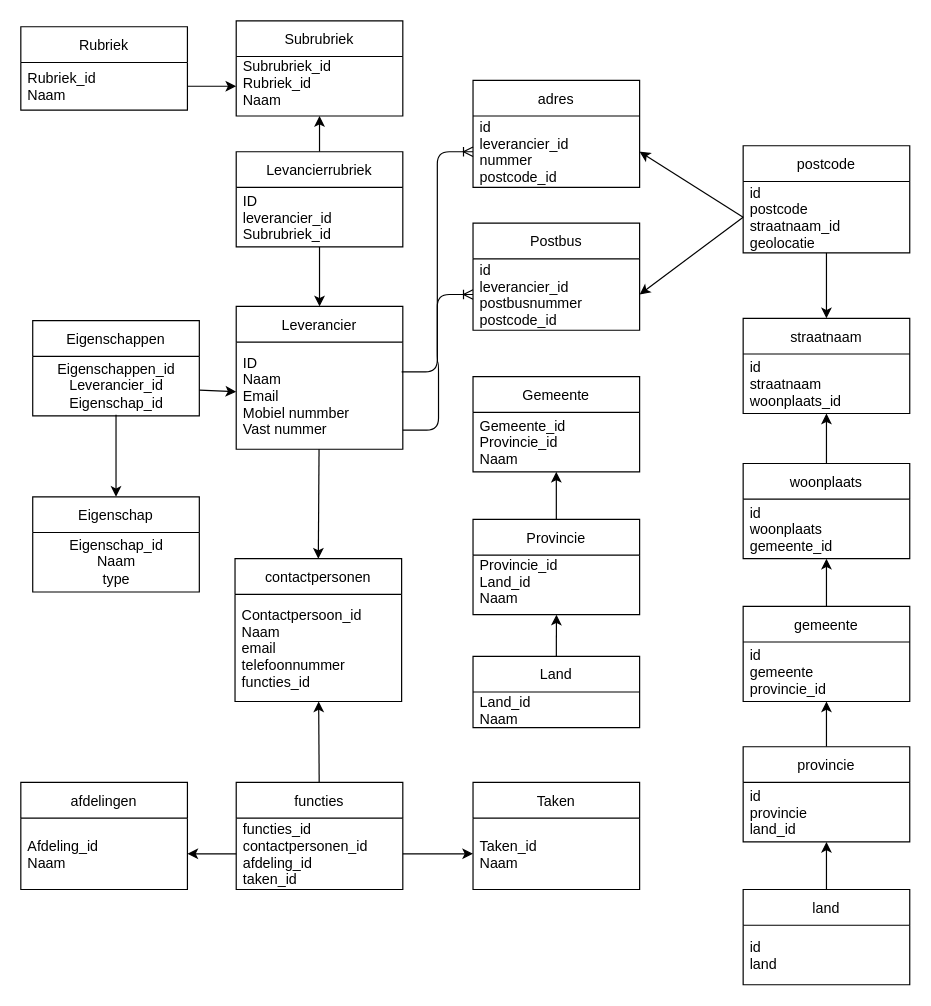
Earlier version of the draw.io diagram relational-data-storage/opdracht-1/Opdracht1.drawio (JelleKruijssen/educom-data-science-1664806245). Source tidied: cells renumbered, new cells numbered last; positions are measured from the earlier drawing's top-left corner, leaving out a move shared by most shapes. Both pictures are drawn from the tidied source at 119%, with x=0, y=0 at pixel (20, 20).
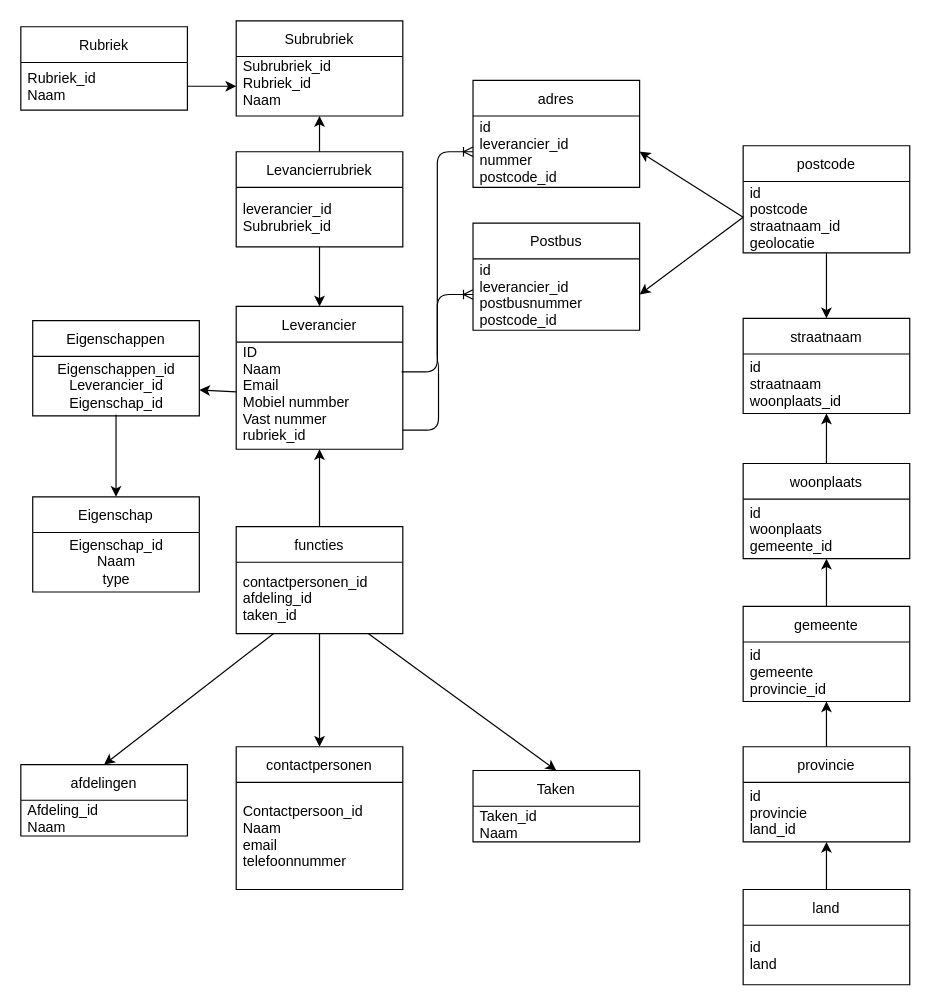
After the change.

The change refers to these unchanged cells:
```xml
<mxCell id="3" value="Leverancier" style="swimlane;fontStyle=0;horizontal=1;startSize=30;" parent="1" vertex="1">
  <mxGeometry x="181" y="240" width="140" height="120" as="geometry" />
</mxCell>
<mxCell id="31" value="Eigenschappen_id&lt;br&gt;Leverancier_id&lt;br&gt;Eigenschap_id" style="text;html=1;align=center;verticalAlign=middle;points=[];strokeColor=none;fillColor=none;" parent="30" vertex="1">
  <mxGeometry y="30" width="140" height="50" as="geometry" />
</mxCell>
<mxCell id="36" value="Levancierrubriek" style="swimlane;fontStyle=0;horizontal=1;startSize=30;" parent="1" vertex="1">
  <mxGeometry x="181" y="110" width="140" height="80" as="geometry" />
</mxCell>
```

Change to the diagram source:
```diff
@@
-    <mxCell id="2" style="edgeStyle=none;html=1;entryX=0.5;entryY=0;entryDx=0;entryDy=0;" parent="1" edge="1" source="3" target="14">
-      <mxGeometry relative="1" as="geometry" />
-    </mxCell>
@@
-    <mxCell id="4" value="ID&#10;Naam&#10;Email&#10;Mobiel nummber&#10;Vast nummer" style="text;strokeColor=none;fillColor=none;align=left;verticalAlign=middle;spacingLeft=4;spacingRight=4;overflow=hidden;points=[[0,0.5],[1,0.5]];portConstraint=eastwest;" parent="3" vertex="1">
+    <mxCell id="4" value="ID&#10;Naam&#10;Email&#10;Mobiel nummber&#10;Vast nummer&#10;rubriek_id&#10;" style="text;strokeColor=none;fillColor=none;align=left;verticalAlign=middle;spacingLeft=4;spacingRight=4;overflow=hidden;points=[[0,0.5],[1,0.5]];portConstraint=eastwest;" parent="3" vertex="1">
       <mxGeometry y="30" width="140" height="90" as="geometry" />
     </mxCell>
@@
-    <mxCell id="9" value="Gemeente" style="swimlane;fontStyle=0;horizontal=1;startSize=30;" parent="1" vertex="1">
-      <mxGeometry x="380" y="299" width="140" height="80" as="geometry" />
-    </mxCell>
-    <mxCell id="10" value="Gemeente_id&#10;Provincie_id&#10;Naam" style="text;strokeColor=none;fillColor=none;align=left;verticalAlign=middle;spacingLeft=4;spacingRight=4;overflow=hidden;points=[[0,0.5],[1,0.5]];portConstraint=eastwest;" parent="9" vertex="1">
-      <mxGeometry y="30" width="140" height="50" as="geometry" />
-    </mxCell>
-    <mxCell id="11" style="edgeStyle=none;html=1;entryX=0.479;entryY=1.1;entryDx=0;entryDy=0;entryPerimeter=0;exitX=0.5;exitY=0;exitDx=0;exitDy=0;" parent="1" edge="1" source="25">
-      <mxGeometry relative="1" as="geometry">
-        <mxPoint x="450.1" y="499" as="targetPoint" />
-      </mxGeometry>
-    </mxCell>
-    <mxCell id="12" value="Provincie" style="swimlane;fontStyle=0;horizontal=1;startSize=30;" parent="1" vertex="1">
-      <mxGeometry x="380" y="419" width="140" height="80" as="geometry" />
-    </mxCell>
-    <mxCell id="13" value="Provincie_id&#10;Land_id&#10;Naam&#10;" style="text;strokeColor=none;fillColor=none;align=left;verticalAlign=middle;spacingLeft=4;spacingRight=4;overflow=hidden;" parent="12" vertex="1">
-      <mxGeometry y="30" width="140" height="50" as="geometry" />
-    </mxCell>
     <mxCell id="14" value="contactpersonen" style="swimlane;fontStyle=0;horizontal=1;startSize=30;" parent="1" vertex="1">
-      <mxGeometry x="180" y="452" width="140" height="120" as="geometry" />
+      <mxGeometry x="181" y="610" width="140" height="120" as="geometry" />
     </mxCell>
-    <mxCell id="15" value="Contactpersoon_id&#10;Naam&#10;email&#10;telefoonnummer&#10;functies_id" style="text;strokeColor=none;fillColor=none;align=left;verticalAlign=middle;spacingLeft=4;spacingRight=4;overflow=hidden;points=[[0,0.5],[1,0.5]];portConstraint=eastwest;" parent="14" vertex="1">
+    <mxCell id="15" value="Contactpersoon_id&#10;Naam&#10;email&#10;telefoonnummer" style="text;strokeColor=none;fillColor=none;align=left;verticalAlign=middle;spacingLeft=4;spacingRight=4;overflow=hidden;points=[[0,0.5],[1,0.5]];portConstraint=eastwest;" parent="14" vertex="1">
       <mxGeometry y="30" width="140" height="90" as="geometry" />
     </mxCell>
-    <mxCell id="16" style="endArrow=classic;html=1;exitX=0.5;exitY=0;exitDx=0;exitDy=0;entryX=0.5;entryY=1;entryDx=0;entryDy=0;entryPerimeter=0;" parent="1" edge="1" source="12" target="10">
-      <mxGeometry relative="1" as="geometry" />
-    </mxCell>
@@
     <mxCell id="19" value="afdelingen" style="swimlane;fontStyle=0;horizontal=1;startSize=30;" parent="1" vertex="1">
-      <mxGeometry y="640" width="140" height="90" as="geometry" />
+      <mxGeometry y="625" width="140" height="60" as="geometry" />
     </mxCell>
     <mxCell id="20" value="Afdeling_id&#10;Naam" style="text;strokeColor=none;fillColor=none;align=left;verticalAlign=middle;spacingLeft=4;spacingRight=4;overflow=hidden;points=[[0,0.5],[1,0.5]];portConstraint=eastwest;" parent="19" vertex="1">
-      <mxGeometry y="30" width="140" height="60" as="geometry" />
+      <mxGeometry y="30" width="140" height="30" as="geometry" />
     </mxCell>
@@
-    <mxCell id="25" value="Land" style="swimlane;fontStyle=0;horizontal=1;startSize=30;" parent="1" vertex="1">
-      <mxGeometry x="380" y="534" width="140" height="60" as="geometry" />
-    </mxCell>
-    <mxCell id="26" value="Land_id&#10;Naam" style="text;strokeColor=none;fillColor=none;align=left;verticalAlign=middle;spacingLeft=4;spacingRight=4;overflow=hidden;" parent="25" vertex="1">
-      <mxGeometry y="30" width="140" height="30" as="geometry" />
-    </mxCell>
     <mxCell id="27" value="Taken" style="swimlane;fontStyle=0;horizontal=1;startSize=30;" parent="1" vertex="1">
-      <mxGeometry x="380" y="640" width="140" height="90" as="geometry" />
+      <mxGeometry x="380" y="630" width="140" height="60" as="geometry" />
     </mxCell>
     <mxCell id="28" value="Taken_id&#10;Naam" style="text;strokeColor=none;fillColor=none;align=left;verticalAlign=middle;spacingLeft=4;spacingRight=4;overflow=hidden;points=[[0,0.5],[1,0.5]];portConstraint=eastwest;" parent="27" vertex="1">
-      <mxGeometry y="30" width="140" height="60" as="geometry" />
+      <mxGeometry y="30" width="140" height="30" as="geometry" />
     </mxCell>
@@
-    <mxCell id="34" style="edgeStyle=none;html=1;entryX=0.5;entryY=0;entryDx=0;entryDy=0;" parent="1" edge="1" source="36" target="3">
-      <mxGeometry relative="1" as="geometry" />
-    </mxCell>
@@
+    <mxCell id="64" style="edgeStyle=none;html=1;" parent="1" edge="1" source="36">
+      <mxGeometry relative="1" as="geometry">
+        <mxPoint x="251" y="240" as="targetPoint" />
+      </mxGeometry>
+    </mxCell>
@@
-    <mxCell id="37" value="ID&#10;leverancier_id&#10;Subrubriek_id" style="text;strokeColor=none;fillColor=none;align=left;verticalAlign=middle;spacingLeft=4;spacingRight=4;overflow=hidden;" parent="36" vertex="1">
+    <mxCell id="37" value="leverancier_id&#10;Subrubriek_id" style="text;strokeColor=none;fillColor=none;align=left;verticalAlign=middle;spacingLeft=4;spacingRight=4;overflow=hidden;" parent="36" vertex="1">
       <mxGeometry y="30" width="140" height="50" as="geometry" />
     </mxCell>
-    <mxCell id="38" style="edgeStyle=none;html=1;" parent="1" edge="1" source="31" target="4">
-      <mxGeometry relative="1" as="geometry" />
-    </mxCell>
@@
-    <mxCell id="42" style="edgeStyle=none;html=1;" parent="1" edge="1" source="43" target="15">
-      <mxGeometry relative="1" as="geometry" />
-    </mxCell>
+    <mxCell id="65" style="edgeStyle=none;html=1;" parent="1" edge="1" source="43" target="4">
+      <mxGeometry relative="1" as="geometry" />
+    </mxCell>
+    <mxCell id="66" style="edgeStyle=none;html=1;" parent="1" edge="1" source="43">
+      <mxGeometry relative="1" as="geometry">
+        <mxPoint x="251" y="610" as="targetPoint" />
+      </mxGeometry>
+    </mxCell>
     <mxCell id="43" value="functies" style="swimlane;fontStyle=0;horizontal=1;startSize=30;" parent="1" vertex="1">
-      <mxGeometry x="181" y="640" width="140" height="90" as="geometry" />
+      <mxGeometry x="181" y="425" width="140" height="90" as="geometry" />
     </mxCell>
-    <mxCell id="44" value="functies_id&#10;contactpersonen_id&#10;afdeling_id&#10;taken_id" style="text;strokeColor=none;fillColor=none;align=left;verticalAlign=middle;spacingLeft=4;spacingRight=4;overflow=hidden;points=[[0,0.5],[1,0.5]];portConstraint=eastwest;" parent="43" vertex="1">
+    <mxCell id="44" value="contactpersonen_id&#10;afdeling_id&#10;taken_id" style="text;strokeColor=none;fillColor=none;align=left;verticalAlign=middle;spacingLeft=4;spacingRight=4;overflow=hidden;points=[[0,0.5],[1,0.5]];portConstraint=eastwest;" parent="43" vertex="1">
       <mxGeometry y="30" width="140" height="60" as="geometry" />
     </mxCell>
-    <mxCell id="45" style="edgeStyle=none;html=1;" parent="1" edge="1" source="44" target="28">
+    <mxCell id="45" style="edgeStyle=none;html=1;entryX=0.5;entryY=0;entryDx=0;entryDy=0;" parent="1" edge="1" source="44" target="27">
       <mxGeometry relative="1" as="geometry" />
     </mxCell>
-    <mxCell id="46" style="edgeStyle=none;html=1;" parent="1" edge="1" source="44" target="20">
+    <mxCell id="46" style="edgeStyle=none;html=1;entryX=0.5;entryY=0;entryDx=0;entryDy=0;" parent="1" edge="1" source="44" target="19">
       <mxGeometry relative="1" as="geometry" />
     </mxCell>
@@
+    <mxCell id="67" style="edgeStyle=none;html=1;" parent="1" edge="1" source="4" target="31">
+      <mxGeometry relative="1" as="geometry" />
+    </mxCell>
```
